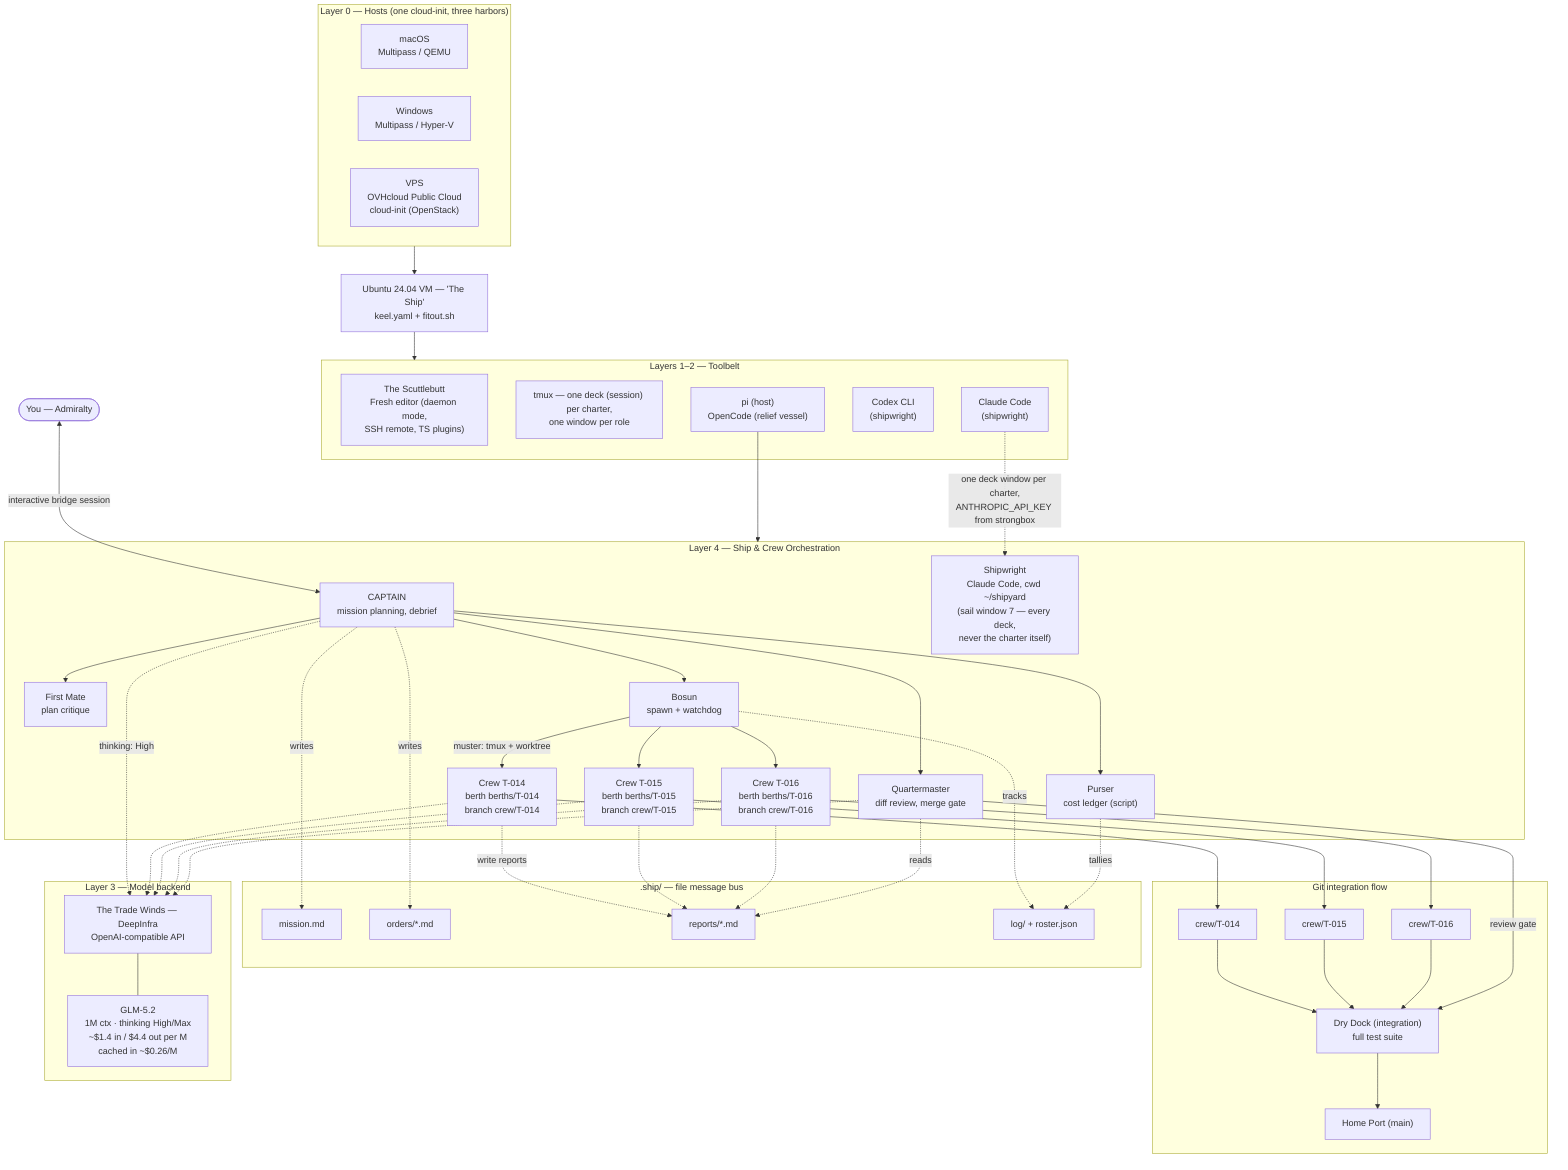
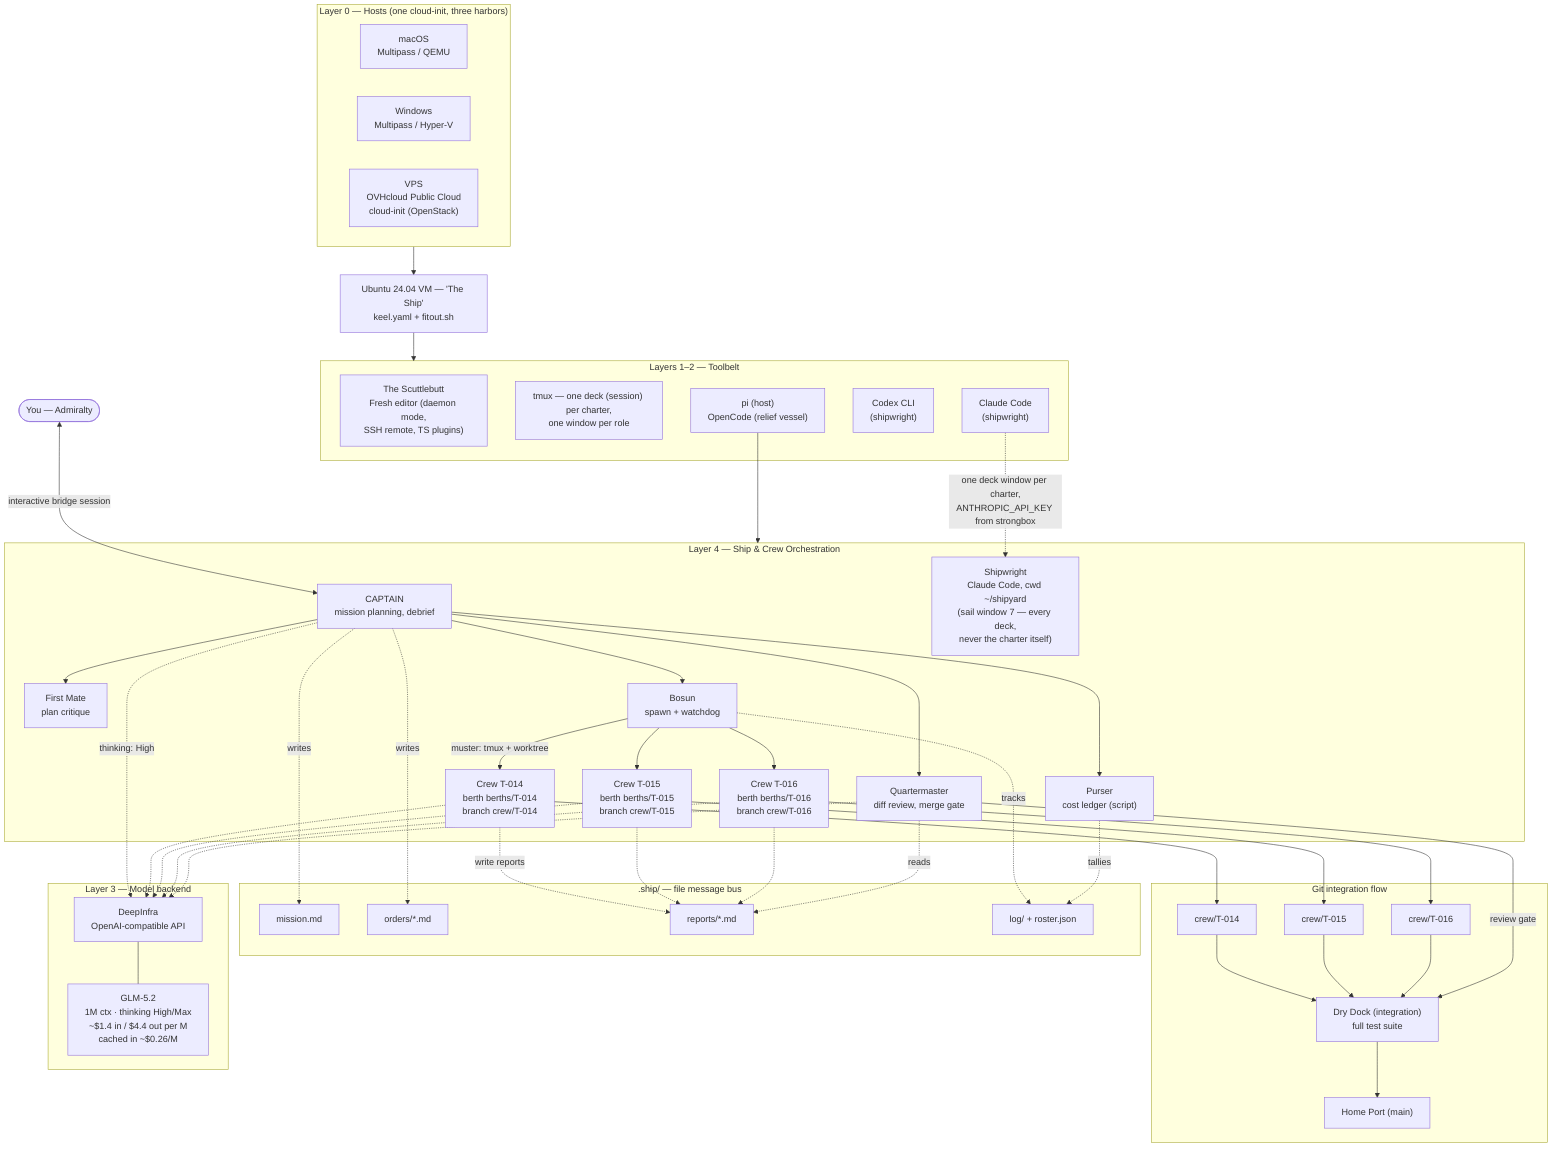
flowchart TB
    subgraph HOSTS["Layer 0 — Hosts (one cloud-init, three harbors)"]
        MAC["macOS<br/>Multipass / QEMU"]
        WIN["Windows<br/>Multipass / Hyper-V"]
        VPS["VPS<br/>OVHcloud Public Cloud<br/>cloud-init (OpenStack)"]
    end

    HOSTS --> VM["Ubuntu 24.04 VM — 'The Ship'<br/>keel.yaml + fitout.sh"]

    subgraph TOOLS["Layers 1–2 — Toolbelt"]
        NVIM["The Scuttlebutt<br/>Fresh editor (daemon mode,<br/>SSH remote, TS plugins)"]
        TMUX["tmux — one deck (session) per charter,<br/>one window per role"]
        CC["Claude Code<br/>(shipwright)"]
        CX["Codex CLI<br/>(shipwright)"]
        HOST_AGENT["pi (host)<br/>OpenCode (relief vessel)"]
    end

    VM --> TOOLS

    YOU(["You — Admiralty"]) <-->|"interactive bridge session"| CAPT

    subgraph SHIP["Layer 4 — Ship & Crew Orchestration"]
        CAPT["CAPTAIN<br/>mission planning, debrief"]
        FM["First Mate<br/>plan critique"]
        BOSUN["Bosun<br/>spawn + watchdog"]
        QM["Quartermaster<br/>diff review, merge gate"]
        CAPT --> FM
        CAPT --> BOSUN
        PURSER["Purser<br/>cost ledger (script)"]
        CAPT --> QM
        CAPT --> PURSER
        BOSUN -->|"muster: tmux + worktree"| C1["Crew T-014<br/>berth berths/T-014<br/>branch crew/T-014"]
        BOSUN --> C2["Crew T-015<br/>berth berths/T-015<br/>branch crew/T-015"]
        BOSUN --> C3["Crew T-016<br/>berth berths/T-016<br/>branch crew/T-016"]
        SW["Shipwright<br/>Claude Code, cwd ~/shipyard<br/>(sail window 7 — every deck,<br/>never the charter itself)"]
    end

    CC -.->|"one deck window per charter,<br/>ANTHROPIC_API_KEY from strongbox"| SW

    HOST_AGENT --> SHIP

    subgraph BUS[".ship/ — file message bus"]
        MISSION["mission.md"]
        ORDERS["orders/*.md"]
        REPORTS["reports/*.md"]
        LOG["log/ + roster.json"]
    end

    CAPT -.writes.-> MISSION
    CAPT -.writes.-> ORDERS
    C1 -.write reports.-> REPORTS
    C2 -.-> REPORTS
    C3 -.-> REPORTS
    BOSUN -.tracks.-> LOG
    PURSER -.tallies.-> LOG
    QM -.reads.-> REPORTS

    subgraph GIT["Git integration flow"]
        BR1["crew/T-014"] --> INT["Dry Dock (integration)<br/>full test suite"]
        BR2["crew/T-015"] --> INT
        BR3["crew/T-016"] --> INT
        INT --> MAIN["Home Port (main)"]
    end

    C1 --> BR1
    C2 --> BR2
    C3 --> BR3
    QM -->|"review gate"| INT

    subgraph MODEL["Layer 3 — Model backend"]
-         DI["The Trade Winds — DeepInfra<br/>OpenAI-compatible API"]
+         DI["DeepInfra<br/>OpenAI-compatible API"]
        GLM["GLM-5.2<br/>1M ctx · thinking High/Max<br/>~$1.4 in / $4.4 out per M<br/>cached in ~$0.26/M"]
        DI --- GLM
    end

    CAPT -.->|"thinking: High"| DI
    C1 -.-> DI
    C2 -.-> DI
    C3 -.-> DI
    QM -.-> DI
